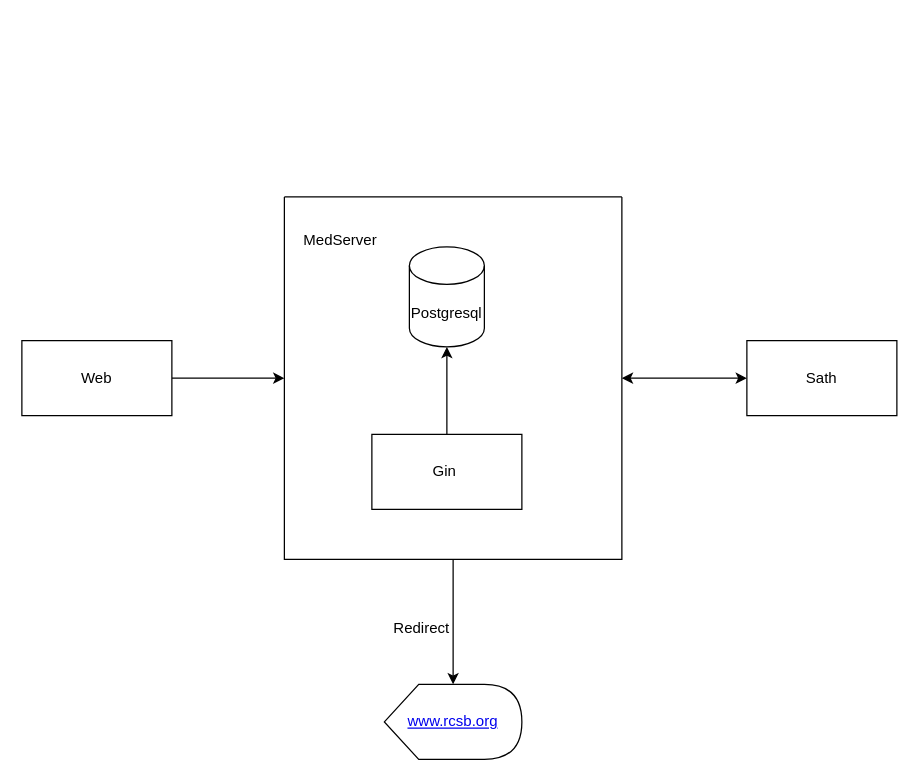
This is Med.drawio from HelloYLee/SystemDesign, a draw.io file, before an edit. Source tidied: cells renumbered, new cells numbered last; positions are measured from the earlier drawing's top-left corner, leaving out a move shared by most shapes. Both pictures are drawn from the tidied source at 125%, with x=0, y=0 at pixel (21, 196).
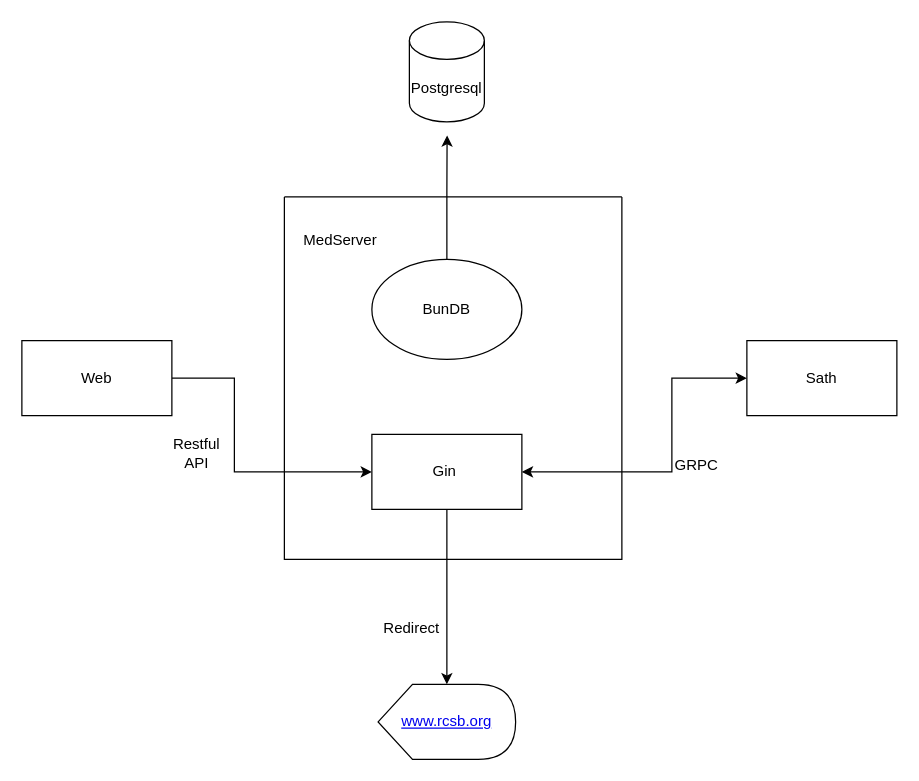
The same page after the edit.

The change refers to these unchanged cells:
```xml
<mxCell id="3" value="Web" style="rounded=0;whiteSpace=wrap;html=1;" parent="1" vertex="1">
  <mxGeometry y="115" width="120" height="60" as="geometry" />
</mxCell>
<mxCell id="5" value="Sath" style="rounded=0;whiteSpace=wrap;html=1;" parent="1" vertex="1">
  <mxGeometry x="580" y="115" width="120" height="60" as="geometry" />
</mxCell>
<mxCell id="8" style="swimlane;startSize=0;" parent="1" vertex="1">
  <mxGeometry x="210" width="270" height="290" as="geometry" />
</mxCell>
<mxCell id="11" value="Gin&amp;nbsp;" style="rounded=0;whiteSpace=wrap;html=1;" parent="8" vertex="1">
  <mxGeometry x="70" y="190" width="120" height="60" as="geometry" />
</mxCell>
```

Diff of the diagram source:
```diff
@@
-    <mxCell id="2" style="edgeStyle=orthogonalEdgeStyle;rounded=0;jettySize=auto;html=1;entryX=0;entryY=0.5;entryDx=0;entryDy=0;" parent="1" edge="1" source="3" target="8">
-      <mxGeometry relative="1" as="geometry" />
+    <mxCell id="2" style="edgeStyle=orthogonalEdgeStyle;rounded=0;jettySize=auto;html=1;entryX=0;entryY=0.5;entryDx=0;entryDy=0;" parent="1" edge="1" source="3" target="11">
+      <mxGeometry relative="1" as="geometry">
+        <Array as="points">
+          <mxPoint x="170" y="145" />
+          <mxPoint x="170" y="220" />
+        </Array>
+      </mxGeometry>
     </mxCell>
@@
-    <mxCell id="4" style="edgeStyle=orthogonalEdgeStyle;rounded=0;jettySize=auto;html=1;entryX=1;entryY=0.5;entryDx=0;entryDy=0;startArrow=classic;startFill=1;" parent="1" edge="1" source="5" target="8">
-      <mxGeometry relative="1" as="geometry" />
+    <mxCell id="4" style="edgeStyle=orthogonalEdgeStyle;rounded=0;jettySize=auto;html=1;entryX=1;entryY=0.5;entryDx=0;entryDy=0;startArrow=classic;startFill=1;" parent="1" edge="1" source="5" target="11">
+      <mxGeometry relative="1" as="geometry">
+        <Array as="points">
+          <mxPoint x="520" y="145" />
+          <mxPoint x="520" y="220" />
+        </Array>
+      </mxGeometry>
     </mxCell>
@@
     <mxCell id="6" value="&lt;a href=&quot;https://www.rcsb.org/structure/7T8X&quot;&gt;www.rcsb.org&lt;/a&gt;" style="shape=display;whiteSpace=wrap;html=1;" parent="1" vertex="1">
-      <mxGeometry x="290" y="390" width="110" height="60" as="geometry" />
+      <mxGeometry x="285" y="390" width="110" height="60" as="geometry" />
     </mxCell>
-    <mxCell id="7" style="edgeStyle=orthogonalEdgeStyle;rounded=0;jettySize=auto;html=1;exitX=0.5;exitY=1;exitDx=0;exitDy=0;" parent="1" edge="1" source="8" target="6">
+    <mxCell id="7" style="edgeStyle=orthogonalEdgeStyle;rounded=0;jettySize=auto;html=1;exitX=0.5;exitY=1;exitDx=0;exitDy=0;" parent="1" edge="1" source="11" target="6">
       <mxGeometry relative="1" as="geometry" />
     </mxCell>
@@
-    <mxCell id="10" style="edgeStyle=orthogonalEdgeStyle;rounded=0;jettySize=auto;html=1;exitX=0.5;exitY=0;exitDx=0;exitDy=0;entryX=0.5;entryY=1;entryDx=0;entryDy=0;entryPerimeter=0;" parent="8" edge="1" source="11" target="12">
-      <mxGeometry relative="1" as="geometry" />
-    </mxCell>
@@
+    <mxCell id="14" value="BunDB" style="ellipse;whiteSpace=wrap;html=1;" parent="8" vertex="1">
+      <mxGeometry x="70" y="50" width="120" height="80" as="geometry" />
+    </mxCell>
+    <mxCell id="13" value="Redirect" style="text;html=1;strokeColor=none;fillColor=none;align=center;verticalAlign=middle;whiteSpace=wrap;rounded=0;" parent="1" vertex="1">
+      <mxGeometry x="282" y="330" width="60" height="30" as="geometry" />
+    </mxCell>
-    <mxCell id="12" value="Postgresql" style="shape=cylinder3;whiteSpace=wrap;html=1;boundedLbl=1;backgroundOutline=1;size=15;" parent="8" vertex="1">
-      <mxGeometry x="100" y="40" width="60" height="80" as="geometry" />
+    <mxCell id="12" value="Postgresql" style="shape=cylinder3;whiteSpace=wrap;html=1;boundedLbl=1;backgroundOutline=1;size=15;" parent="1" vertex="1">
+      <mxGeometry x="310" y="-140" width="60" height="80" as="geometry" />
     </mxCell>
-    <mxCell id="13" value="Redirect" style="text;html=1;strokeColor=none;fillColor=none;align=center;verticalAlign=middle;whiteSpace=wrap;rounded=0;" parent="1" vertex="1">
-      <mxGeometry x="290" y="330" width="60" height="30" as="geometry" />
-    </mxCell>
+    <mxCell id="15" style="edgeStyle=orthogonalEdgeStyle;rounded=0;jettySize=auto;html=1;exitX=0.5;exitY=0;exitDx=0;exitDy=0;entryX=0.503;entryY=1.135;entryDx=0;entryDy=0;entryPerimeter=0;" parent="1" edge="1" source="14" target="12">
+      <mxGeometry relative="1" as="geometry" />
+    </mxCell>
+    <mxCell id="16" value="Restful API" style="text;html=1;strokeColor=none;fillColor=none;align=center;verticalAlign=middle;whiteSpace=wrap;rounded=0;" parent="1" vertex="1">
+      <mxGeometry x="110" y="190" width="60" height="30" as="geometry" />
+    </mxCell>
+    <mxCell id="17" value="GRPC" style="text;html=1;strokeColor=none;fillColor=none;align=center;verticalAlign=middle;whiteSpace=wrap;rounded=0;" parent="1" vertex="1">
+      <mxGeometry x="510" y="200" width="60" height="30" as="geometry" />
+    </mxCell>
```
